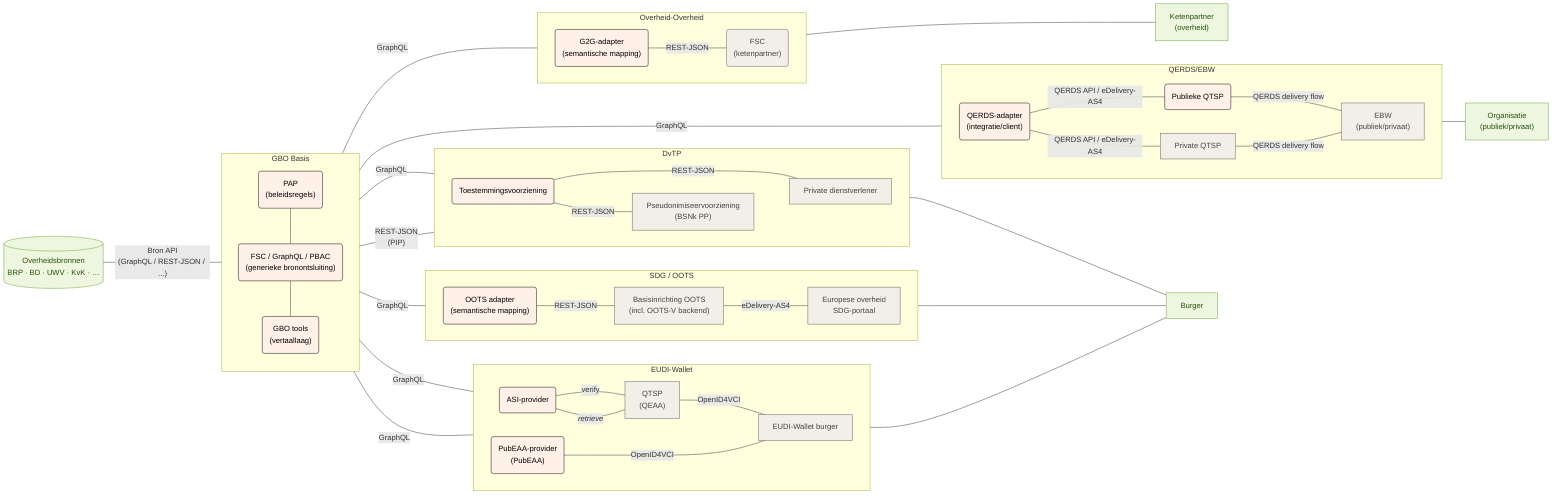
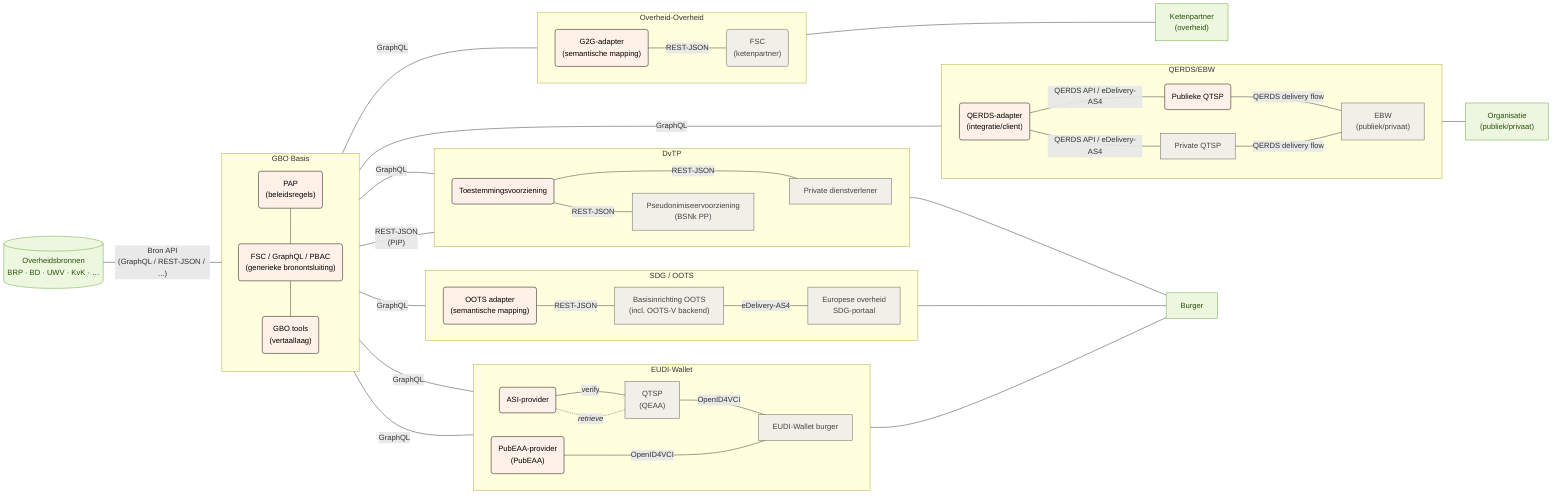
flowchart LR
  subgraph gbo["GBO Basis"]
    direction TB
        fsc_pap("PAP<br/>(beleidsregels)")
        fsc("FSC / GraphQL / PBAC<br/>(generieke bronontsluiting)")
        fsc_tools("GBO tools<br/>(vertaallaag)")
  end
  subgraph eudi["EUDI-Wallet"]
    direction LR
        eudi_asi("ASI-provider")
        eudi_pubeaa("PubEAA-provider<br/>(PubEAA)")
        eudi_qeaa["QTSP<br/>(QEAA)"]
        eudi_wallet["EUDI-Wallet burger"]
  end
  subgraph oots["SDG / OOTS"]
    direction LR
        oots_adapter("OOTS adapter<br/>(semantische mapping)")
        oots_basis["Basisinrichting OOTS<br/>(incl. OOTS-V backend)"]
        oots_afnemer["Europese overheid<br/>SDG-portaal"]
  end
  subgraph dvtp["DvTP"]
    direction LR
        dvtp_toestemming("Toestemmingsvoorziening")
        dvtp_pseudoniem["Pseudonimiseervoorziening<br/>(BSNk PP)"]
        dvtp_afnemer["Private dienstverlener"]
  end
  subgraph ebw["QERDS/EBW"]
     direction LR
        ebw_qerds_adapter("QERDS-adapter<br/>(integratie/client)")
        ebw_pub_qtsp("Publieke QTSP")
        ebw_qtsp["Private QTSP"]
        ebw_wallet["EBW<br/>(publiek/privaat)"]
  end
  subgraph g2g["Overheid-Overheid"]
     direction LR
        g2g_adapter("G2G-adapter<br/>(semantische mapping)")
        g2g_fsc("FSC<br/>(ketenpartner)")
  end

  fsc_pap --- fsc
  fsc --- fsc_tools
  bron[("Overheidsbronnen<br/>BRP · BD · UWV · KvK · …")] -- Bron API<br/>(GraphQL / REST-JSON / ...) --- gbo
  eudi_asi -- verify --- eudi_qeaa
-   eudi_asi -- "`*retrieve*`" --- eudi_qeaa
+   eudi_asi -. "`*retrieve*`" .- eudi_qeaa
  eudi_qeaa -- OpenID4VCI --- eudi_wallet
  gbo -- GraphQL --- eudi_asi & eudi_pubeaa & oots_adapter & dvtp_afnemer & ebw_qerds_adapter & g2g_adapter
  eudi_pubeaa -- OpenID4VCI ---- eudi_wallet
  oots_adapter -- REST-JSON --- oots_basis
  oots_basis -- eDelivery-AS4 --- oots_afnemer
  gbo -- REST-JSON<br/>(PIP) --- dvtp_toestemming
  dvtp_toestemming -- REST-JSON --- dvtp_afnemer
  dvtp_toestemming -- REST-JSON --- dvtp_pseudoniem
  dvtp_pseudoniem ~~~ dvtp_afnemer
  ebw_qerds_adapter -- QERDS API / eDelivery-AS4 --- ebw_pub_qtsp -- QERDS delivery flow --- ebw_wallet
  ebw_qerds_adapter -- QERDS API / eDelivery-AS4 --- ebw_qtsp -- QERDS delivery flow --- ebw_wallet
  eudi_wallet --- burger["Burger"]
  oots_afnemer --- burger
  dvtp_afnemer --- burger
  ebw_wallet --- organisatie["Organisatie<br/>(publiek/privaat)"]
  g2g_adapter -- REST-JSON --- g2g_fsc
  g2g_adapter ~~~ ebw_qtsp
  ebw_qtsp ~~~ g2g_fsc
  g2g_fsc --- overheid["Ketenpartner<br/>(overheid)"]

  fsc_pap:::gbo
  fsc:::gbo
  fsc_tools:::gbo
  g2g_adapter:::gbo
  g2g_fsc:::overheid
  ebw_qerds_adapter:::gbo
  ebw_pub_qtsp:::gbo
  ebw_qtsp:::eudi
  ebw_wallet:::eudi
  eudi_asi:::gbo
  eudi_pubeaa:::gbo
  eudi_qeaa:::eudi
  eudi_wallet:::eudi
  oots_adapter:::gbo
  oots_basis:::oots
  oots_afnemer:::oots
  dvtp_toestemming:::gbo
  dvtp_pseudoniem:::dvtp
  dvtp_afnemer:::dvtp
  bron:::bron
  burger:::afnemer
  organisatie:::afnemer
  overheid:::afnemer

  classDef bron fill:#edf7df,stroke:#6aa13a,color:#27500a
  classDef generiek fill:#f1efe8,stroke:#5f5e5a,color:#444441
  classDef eudi fill:#f1efe8,stroke:#5f5e5a,color:#444441
  classDef oots fill:#f1efe8,stroke:#5f5e5a,color:#444441
  classDef dvtp fill:#f1efe8,stroke:#5f5e5a,color:#444441
  classDef overheid fill:#f1efe8,stroke:#5f5e5a,color:#444441
  classDef gbo fill:#fff0e8,stroke:#000000,color:#000000
  classDef afnemer fill:#edf7df,stroke:#6aa13a,color:#27500a
